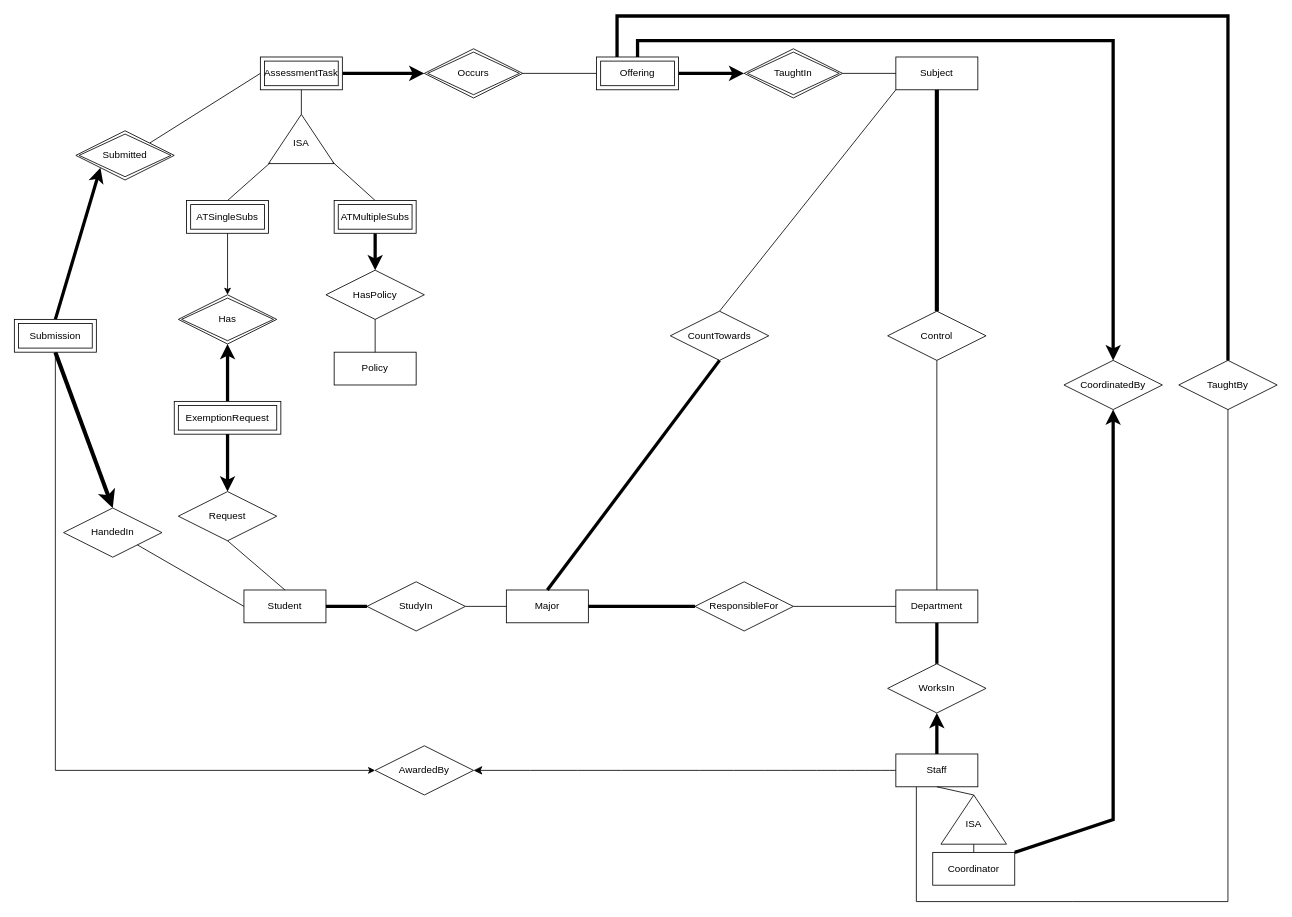
Earlier version of the draw.io diagram isys2120a2.drawio (NguyenChHieu/graphs). Source tidied: cells renumbered, new cells numbered last; positions are measured from the earlier drawing's top-left corner, leaving out a move shared by most shapes. Both pictures are drawn from the tidied source at 82%, with x=0, y=0 at pixel (14, 16).
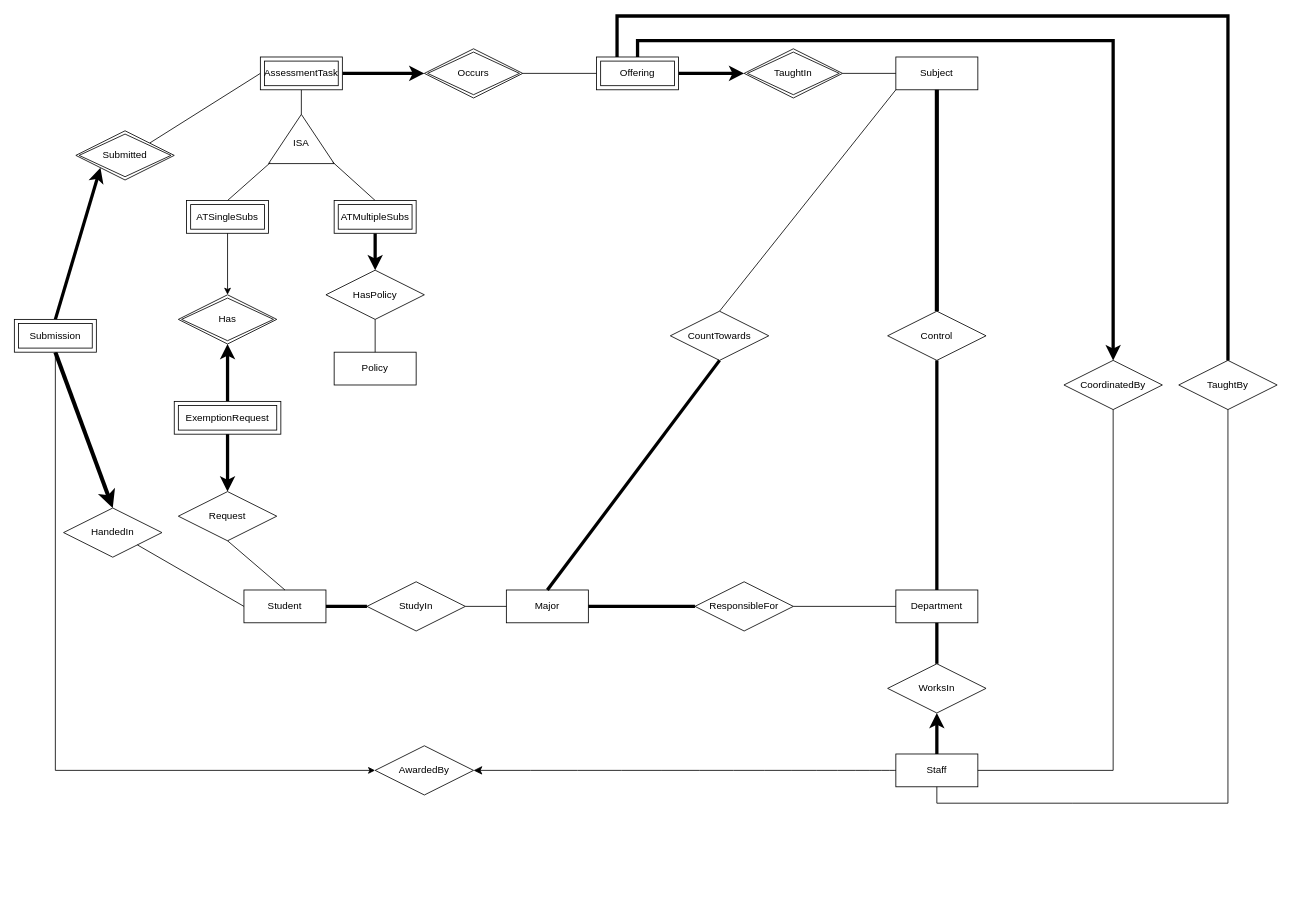
After the change.

Unchanged cells that the change refers to:
```xml
<mxCell id="3" value="Staff" style="whiteSpace=wrap;html=1;align=center;" parent="1" vertex="1">
  <mxGeometry x="1075" y="900" width="100" height="40" as="geometry" />
</mxCell>
<mxCell id="5" value="Department" style="whiteSpace=wrap;html=1;align=center;" parent="1" vertex="1">
  <mxGeometry x="1075" y="700" width="100" height="40" as="geometry" />
</mxCell>
<mxCell id="13" value="Control" style="shape=rhombus;perimeter=rhombusPerimeter;whiteSpace=wrap;html=1;align=center;" parent="1" vertex="1">
  <mxGeometry x="1065" y="360" width="120" height="60" as="geometry" />
</mxCell>
<mxCell id="42" value="CoordinatedBy" style="shape=rhombus;perimeter=rhombusPerimeter;whiteSpace=wrap;html=1;align=center;" parent="1" vertex="1">
  <mxGeometry x="1280" y="420" width="120" height="60" as="geometry" />
</mxCell>
<mxCell id="45" value="TaughtBy" style="shape=rhombus;perimeter=rhombusPerimeter;whiteSpace=wrap;html=1;align=center;" parent="1" vertex="1">
  <mxGeometry x="1420" y="420" width="120" height="60" as="geometry" />
</mxCell>
```

What changed in the source:
```diff
@@
-    <mxCell id="15" style="endArrow=none;html=1;rounded=0;entryX=0.5;entryY=1;entryDx=0;entryDy=0;exitX=0.5;exitY=0;exitDx=0;exitDy=0;" parent="1" edge="1" source="5" target="13">
+    <mxCell id="15" style="endArrow=none;html=1;rounded=0;entryX=0.5;entryY=1;entryDx=0;entryDy=0;exitX=0.5;exitY=0;exitDx=0;exitDy=0;strokeWidth=4;" parent="1" edge="1" source="5" target="13">
       <mxGeometry relative="1" as="geometry" />
     </mxCell>
@@
-    <mxCell id="43" style="endArrow=classic;html=1;rounded=0;exitX=1;exitY=0;exitDx=0;exitDy=0;entryX=0.5;entryY=1;entryDx=0;entryDy=0;strokeWidth=4;" parent="1" edge="1" source="68" target="42">
-      <mxGeometry relative="1" as="geometry">
-        <Array as="points">
-          <mxPoint x="1340" y="980" />
-        </Array>
-      </mxGeometry>
-    </mxCell>
@@
-    <mxCell id="46" style="endArrow=none;html=1;rounded=0;entryX=0.5;entryY=1;entryDx=0;entryDy=0;strokeWidth=1;exitX=0.25;exitY=1;exitDx=0;exitDy=0;" parent="1" edge="1" source="3" target="45">
+    <mxCell id="46" style="endArrow=none;html=1;rounded=0;entryX=0.5;entryY=1;entryDx=0;entryDy=0;strokeWidth=1;exitX=0.5;exitY=1;exitDx=0;exitDy=0;" parent="1" edge="1" source="3" target="45">
       <mxGeometry relative="1" as="geometry">
         <Array as="points">
-          <mxPoint x="1100" y="1080" />
-          <mxPoint x="1290" y="1080" />
-          <mxPoint x="1480" y="1080" />
+          <mxPoint x="1125" y="960" />
+          <mxPoint x="1290" y="960" />
+          <mxPoint x="1480" y="960" />
         </Array>
       </mxGeometry>
     </mxCell>
@@
-    <mxCell id="64" style="triangle;whiteSpace=wrap;html=1;rotation=-90;" parent="1" vertex="1">
-      <mxGeometry x="1140" y="940" width="60" height="80" as="geometry" />
-    </mxCell>
-    <mxCell id="65" value="ISA" style="text;html=1;align=center;verticalAlign=middle;whiteSpace=wrap;rounded=0;" parent="1" vertex="1">
-      <mxGeometry x="1140" y="970" width="60" height="30" as="geometry" />
-    </mxCell>
-    <mxCell id="66" style="endArrow=none;html=1;rounded=0;exitX=0.5;exitY=0;exitDx=0;exitDy=0;entryX=0;entryY=0.5;entryDx=0;entryDy=0;" parent="1" edge="1" source="68" target="64">
-      <mxGeometry relative="1" as="geometry" />
-    </mxCell>
-    <mxCell id="67" style="endArrow=none;html=1;rounded=0;exitX=1;exitY=0.5;exitDx=0;exitDy=0;entryX=0.5;entryY=1;entryDx=0;entryDy=0;" parent="1" edge="1" source="64" target="3">
-      <mxGeometry relative="1" as="geometry" />
-    </mxCell>
-    <mxCell id="68" value="Coordinator" style="whiteSpace=wrap;html=1;align=center;" parent="1" vertex="1">
-      <mxGeometry x="1120" y="1020" width="100" height="40" as="geometry" />
-    </mxCell>
+    <mxCell id="69" style="endArrow=none;html=1;rounded=0;entryX=0.5;entryY=1;entryDx=0;entryDy=0;exitX=1;exitY=0.5;exitDx=0;exitDy=0;strokeWidth=1;" parent="1" edge="1" source="3" target="42">
+      <mxGeometry relative="1" as="geometry">
+        <Array as="points">
+          <mxPoint x="1340" y="920" />
+        </Array>
+      </mxGeometry>
+    </mxCell>
```
